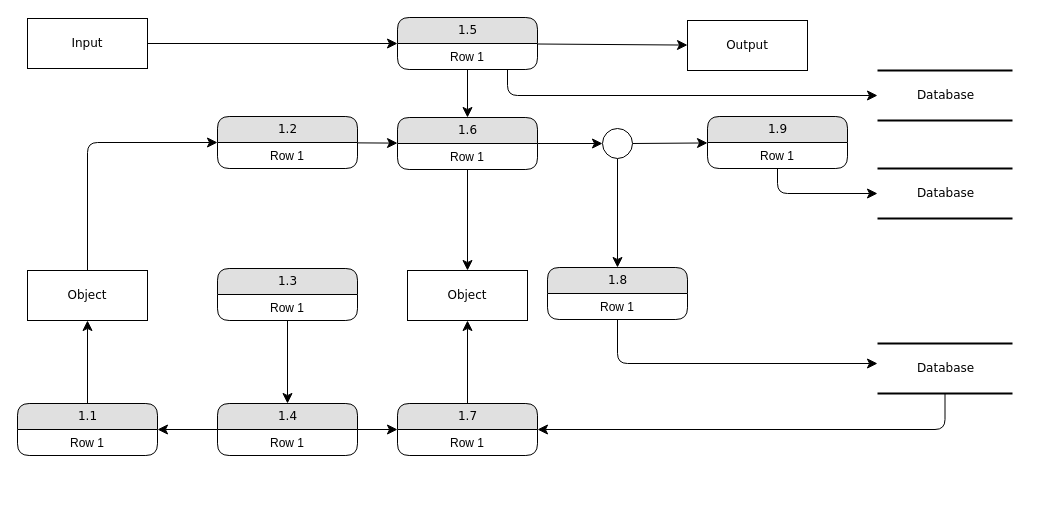
Earlier version of the draw.io diagram Untitled Diagram.drawio (Aruna1990/jgragh). Source tidied: cells renumbered, new cells numbered last; positions are measured from the earlier drawing's top-left corner, leaving out a move shared by most shapes. Both pictures are drawn from the tidied source at 100%, with x=0, y=0 at pixel (17, 17).
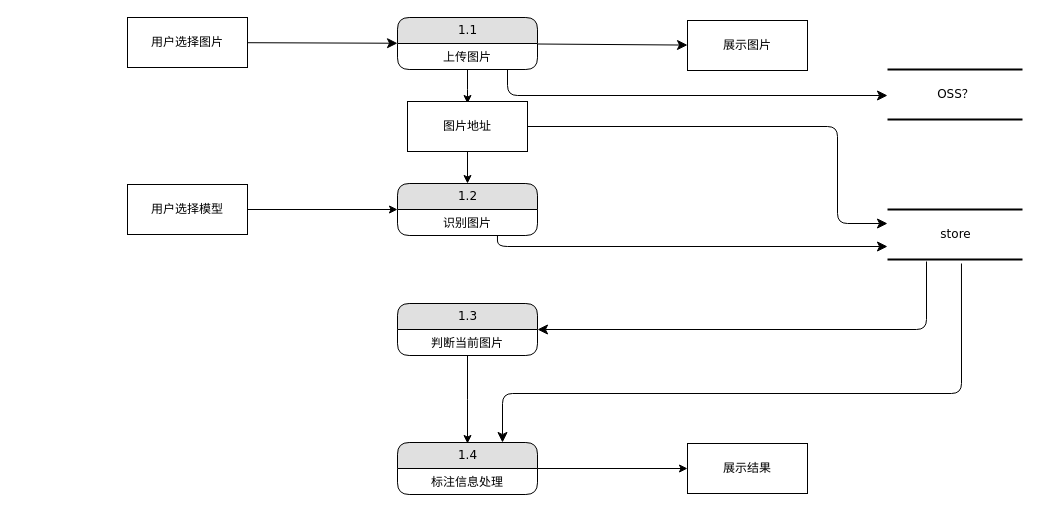
The same page after the edit.

Diff of the diagram source:
```diff
@@
-    <mxCell id="2" value="Database" style="html=1;rounded=0;shadow=0;comic=0;labelBackgroundColor=none;strokeWidth=2;fontFamily=Verdana;fontSize=12;align=center;shape=mxgraph.ios7ui.horLines;" parent="1" vertex="1">
-      <mxGeometry x="860" y="53" width="135" height="50" as="geometry" />
+    <mxCell id="2" value="OSS？" style="html=1;rounded=0;shadow=0;comic=0;labelBackgroundColor=none;strokeWidth=2;fontFamily=Verdana;fontSize=12;align=center;shape=mxgraph.ios7ui.horLines;" parent="1" vertex="1">
+      <mxGeometry x="870" y="52" width="135" height="50" as="geometry" />
     </mxCell>
-    <mxCell id="3" value="Database" style="html=1;rounded=0;shadow=0;comic=0;labelBackgroundColor=none;strokeWidth=2;fontFamily=Verdana;fontSize=12;align=center;shape=mxgraph.ios7ui.horLines;" parent="1" vertex="1">
-      <mxGeometry x="860" y="151" width="135" height="50" as="geometry" />
-    </mxCell>
-    <mxCell id="4" value="Output" style="whiteSpace=wrap;html=1;rounded=0;shadow=0;comic=0;labelBackgroundColor=none;strokeWidth=1;fontFamily=Verdana;fontSize=12;align=center;" parent="1" vertex="1">
+    <mxCell id="4" value="展示图片" style="whiteSpace=wrap;html=1;rounded=0;shadow=0;comic=0;labelBackgroundColor=none;strokeWidth=1;fontFamily=Verdana;fontSize=12;align=center;" parent="1" vertex="1">
       <mxGeometry x="670" y="3" width="120" height="50" as="geometry" />
     </mxCell>
@@
-    <mxCell id="6" value="Input" style="whiteSpace=wrap;html=1;rounded=0;shadow=0;comic=0;labelBackgroundColor=none;strokeWidth=1;fontFamily=Verdana;fontSize=12;align=center;" parent="1" vertex="1">
-      <mxGeometry x="10" y="1" width="120" height="50" as="geometry" />
+    <mxCell id="6" value="用户选择图片" style="whiteSpace=wrap;html=1;rounded=0;shadow=0;comic=0;labelBackgroundColor=none;strokeWidth=1;fontFamily=Verdana;fontSize=12;align=center;" parent="1" vertex="1">
+      <mxGeometry x="110" width="120" height="50" as="geometry" />
     </mxCell>
@@
-    <mxCell id="8" style="edgeStyle=none;html=1;labelBackgroundColor=none;startFill=0;startSize=8;endFill=1;endSize=8;fontFamily=Verdana;fontSize=12;" parent="1" edge="1" source="10" target="16">
-      <mxGeometry relative="1" as="geometry" />
-    </mxCell>
@@
+    <mxCell id="46" style="edgeStyle=orthogonalEdgeStyle;rounded=0;jettySize=auto;html=1;" parent="1" edge="1" source="10">
+      <mxGeometry relative="1" as="geometry">
+        <mxPoint x="450" y="86" as="targetPoint" />
+      </mxGeometry>
+    </mxCell>
-    <mxCell id="10" value="1.5" style="swimlane;html=1;fontStyle=0;horizontal=1;startSize=26;fillColor=#e0e0e0;swimlaneFillColor=#ffffff;align=center;rounded=1;shadow=0;comic=0;labelBackgroundColor=none;strokeWidth=1;fontFamily=Verdana;fontSize=12;" parent="1" vertex="1">
+    <mxCell id="10" value="1.1" style="swimlane;html=1;fontStyle=0;horizontal=1;startSize=26;fillColor=#e0e0e0;swimlaneFillColor=#ffffff;align=center;rounded=1;shadow=0;comic=0;labelBackgroundColor=none;strokeWidth=1;fontFamily=Verdana;fontSize=12;" parent="1" vertex="1">
       <mxGeometry x="380" width="140" height="52" as="geometry" />
     </mxCell>
-    <mxCell id="11" value="Row 1" style="text;html=1;strokeColor=none;fillColor=none;spacingLeft=4;spacingRight=4;whiteSpace=wrap;overflow=hidden;align=center;" parent="10" vertex="1">
+    <mxCell id="11" value="上传图片" style="text;html=1;strokeColor=none;fillColor=none;spacingLeft=4;spacingRight=4;whiteSpace=wrap;overflow=hidden;align=center;" parent="10" vertex="1">
       <mxGeometry y="26" width="140" height="26" as="geometry" />
     </mxCell>
-    <mxCell id="12" style="edgeStyle=orthogonalEdgeStyle;html=1;labelBackgroundColor=none;startFill=0;startSize=8;endFill=1;endSize=8;fontFamily=Verdana;fontSize=12;" parent="1" edge="1" source="13" target="38">
-      <mxGeometry relative="1" as="geometry">
-        <Array as="points">
-          <mxPoint x="928" y="412" />
-        </Array>
-      </mxGeometry>
-    </mxCell>
-    <mxCell id="13" value="Database" style="html=1;rounded=0;shadow=0;comic=0;labelBackgroundColor=none;strokeWidth=2;fontFamily=Verdana;fontSize=12;align=center;shape=mxgraph.ios7ui.horLines;" parent="1" vertex="1">
-      <mxGeometry x="860" y="326" width="135" height="50" as="geometry" />
+    <mxCell id="13" value="store" style="html=1;rounded=0;shadow=0;comic=0;labelBackgroundColor=none;strokeWidth=2;fontFamily=Verdana;fontSize=12;align=center;shape=mxgraph.ios7ui.horLines;" parent="1" vertex="1">
+      <mxGeometry x="870" y="192" width="135" height="50" as="geometry" />
     </mxCell>
-    <mxCell id="14" style="edgeStyle=none;html=1;labelBackgroundColor=none;startFill=0;startSize=8;endFill=1;endSize=8;fontFamily=Verdana;fontSize=12;" parent="1" edge="1" source="16" target="45">
-      <mxGeometry relative="1" as="geometry" />
-    </mxCell>
-    <mxCell id="15" style="edgeStyle=none;html=1;labelBackgroundColor=none;startFill=0;startSize=8;endFill=1;endSize=8;fontFamily=Verdana;fontSize=12;" parent="1" edge="1" source="16" target="42">
-      <mxGeometry relative="1" as="geometry" />
-    </mxCell>
-    <mxCell id="16" value="1.6" style="swimlane;html=1;fontStyle=0;horizontal=1;startSize=26;fillColor=#e0e0e0;swimlaneFillColor=#ffffff;align=center;rounded=1;shadow=0;comic=0;labelBackgroundColor=none;strokeWidth=1;fontFamily=Verdana;fontSize=12;" parent="1" vertex="1">
-      <mxGeometry x="380" y="100" width="140" height="52" as="geometry" />
+    <mxCell id="16" value="1.2" style="swimlane;html=1;fontStyle=0;horizontal=1;startSize=26;fillColor=#e0e0e0;swimlaneFillColor=#ffffff;align=center;rounded=1;shadow=0;comic=0;labelBackgroundColor=none;strokeWidth=1;fontFamily=Verdana;fontSize=12;" parent="1" vertex="1">
+      <mxGeometry x="380" y="166" width="140" height="52" as="geometry" />
     </mxCell>
-    <mxCell id="17" value="Row 1" style="text;html=1;strokeColor=none;fillColor=none;spacingLeft=4;spacingRight=4;whiteSpace=wrap;overflow=hidden;points=[[0,0.5],[1,0.5]];portConstraint=eastwest;align=center;" parent="16" vertex="1">
+    <mxCell id="17" value="识别图片" style="text;html=1;strokeColor=none;fillColor=none;spacingLeft=4;spacingRight=4;whiteSpace=wrap;overflow=hidden;points=[[0,0.5],[1,0.5]];portConstraint=eastwest;align=center;" parent="16" vertex="1">
       <mxGeometry y="26" width="140" height="26" as="geometry" />
     </mxCell>
-    <mxCell id="18" style="edgeStyle=none;html=1;labelBackgroundColor=none;startFill=0;startSize=8;endFill=1;endSize=8;fontFamily=Verdana;fontSize=12;" parent="1" edge="1" source="19" target="16">
-      <mxGeometry relative="1" as="geometry" />
-    </mxCell>
-    <mxCell id="19" value="1.2" style="swimlane;html=1;fontStyle=0;horizontal=1;startSize=26;fillColor=#e0e0e0;swimlaneFillColor=#ffffff;align=center;rounded=1;shadow=0;comic=0;labelBackgroundColor=none;strokeWidth=1;fontFamily=Verdana;fontSize=12;" parent="1" vertex="1">
-      <mxGeometry x="200" y="99" width="140" height="52" as="geometry" />
-    </mxCell>
-    <mxCell id="20" value="Row 1" style="text;html=1;strokeColor=none;fillColor=none;spacingLeft=4;spacingRight=4;whiteSpace=wrap;overflow=hidden;align=center;" parent="19" vertex="1">
-      <mxGeometry y="26" width="140" height="26" as="geometry" />
-    </mxCell>
-    <mxCell id="21" style="edgeStyle=orthogonalEdgeStyle;html=1;labelBackgroundColor=none;startFill=0;startSize=8;endFill=1;endSize=8;fontFamily=Verdana;fontSize=12;" parent="1" edge="1" source="22" target="3">
-      <mxGeometry relative="1" as="geometry">
-        <Array as="points">
-          <mxPoint x="760" y="176" />
-        </Array>
-      </mxGeometry>
-    </mxCell>
-    <mxCell id="22" value="1.9" style="swimlane;html=1;fontStyle=0;horizontal=1;startSize=26;fillColor=#e0e0e0;swimlaneFillColor=#ffffff;align=center;rounded=1;shadow=0;comic=0;labelBackgroundColor=none;strokeWidth=1;fontFamily=Verdana;fontSize=12;" parent="1" vertex="1">
-      <mxGeometry x="690" y="99" width="140" height="52" as="geometry" />
-    </mxCell>
-    <mxCell id="23" value="Row 1" style="text;html=1;strokeColor=none;fillColor=none;spacingLeft=4;spacingRight=4;whiteSpace=wrap;overflow=hidden;align=center;" parent="22" vertex="1">
-      <mxGeometry y="26" width="140" height="26" as="geometry" />
-    </mxCell>
-    <mxCell id="24" style="edgeStyle=none;html=1;labelBackgroundColor=none;startFill=0;startSize=8;endFill=1;endSize=8;fontFamily=Verdana;fontSize=12;" parent="1" edge="1" source="25" target="35">
-      <mxGeometry relative="1" as="geometry" />
-    </mxCell>
-    <mxCell id="25" value="1.3" style="swimlane;html=1;fontStyle=0;horizontal=1;startSize=26;fillColor=#e0e0e0;swimlaneFillColor=#ffffff;align=center;rounded=1;shadow=0;comic=0;labelBackgroundColor=none;strokeWidth=1;fontFamily=Verdana;fontSize=12;" parent="1" vertex="1">
-      <mxGeometry x="200" y="251" width="140" height="52" as="geometry" />
-    </mxCell>
-    <mxCell id="26" value="Row 1" style="text;html=1;strokeColor=none;fillColor=none;spacingLeft=4;spacingRight=4;whiteSpace=wrap;overflow=hidden;align=center;" parent="25" vertex="1">
-      <mxGeometry y="26" width="140" height="26" as="geometry" />
-    </mxCell>
-    <mxCell id="27" style="edgeStyle=orthogonalEdgeStyle;html=1;labelBackgroundColor=none;startFill=0;startSize=8;endFill=1;endSize=8;fontFamily=Verdana;fontSize=12;" parent="1" edge="1" source="28" target="13">
+    <mxCell id="27" style="edgeStyle=orthogonalEdgeStyle;html=1;labelBackgroundColor=none;startFill=0;startSize=8;endFill=1;endSize=8;fontFamily=Verdana;fontSize=12;exitX=0.714;exitY=1;exitDx=0;exitDy=0;entryX=0;entryY=0.74;entryDx=0;entryDy=0;entryPerimeter=0;exitPerimeter=0;" parent="1" edge="1" source="17" target="13">
       <mxGeometry relative="1" as="geometry">
         <Array as="points">
-          <mxPoint x="600" y="346" />
+          <mxPoint x="480" y="229" />
         </Array>
       </mxGeometry>
     </mxCell>
-    <mxCell id="28" value="1.8" style="swimlane;html=1;fontStyle=0;horizontal=1;startSize=26;fillColor=#e0e0e0;swimlaneFillColor=#ffffff;align=center;rounded=1;shadow=0;comic=0;labelBackgroundColor=none;strokeWidth=1;fontFamily=Verdana;fontSize=12;" parent="1" vertex="1">
-      <mxGeometry x="530" y="250" width="140" height="52" as="geometry" />
-    </mxCell>
-    <mxCell id="29" value="Row 1" style="text;html=1;strokeColor=none;fillColor=none;spacingLeft=4;spacingRight=4;whiteSpace=wrap;overflow=hidden;align=center;" parent="28" vertex="1">
-      <mxGeometry y="26" width="140" height="26" as="geometry" />
-    </mxCell>
-    <mxCell id="30" style="edgeStyle=none;html=1;labelBackgroundColor=none;startFill=0;startSize=8;endFill=1;endSize=8;fontFamily=Verdana;fontSize=12;" parent="1" edge="1" source="31" target="41">
-      <mxGeometry relative="1" as="geometry" />
-    </mxCell>
-    <mxCell id="31" value="1.1" style="swimlane;html=1;fontStyle=0;horizontal=1;startSize=26;fillColor=#e0e0e0;swimlaneFillColor=#ffffff;align=center;rounded=1;shadow=0;comic=0;labelBackgroundColor=none;strokeWidth=1;fontFamily=Verdana;fontSize=12;" parent="1" vertex="1">
-      <mxGeometry y="386" width="140" height="52" as="geometry" />
-    </mxCell>
-    <mxCell id="32" value="Row 1" style="text;html=1;strokeColor=none;fillColor=none;spacingLeft=4;spacingRight=4;whiteSpace=wrap;overflow=hidden;align=center;" parent="31" vertex="1">
-      <mxGeometry y="26" width="140" height="26" as="geometry" />
-    </mxCell>
-    <mxCell id="33" style="edgeStyle=none;html=1;labelBackgroundColor=none;startFill=0;startSize=8;endFill=1;endSize=8;fontFamily=Verdana;fontSize=12;" parent="1" edge="1" source="35" target="38">
-      <mxGeometry relative="1" as="geometry" />
-    </mxCell>
-    <mxCell id="34" style="edgeStyle=none;html=1;labelBackgroundColor=none;startFill=0;startSize=8;endFill=1;endSize=8;fontFamily=Verdana;fontSize=12;" parent="1" edge="1" source="35" target="31">
-      <mxGeometry relative="1" as="geometry" />
-    </mxCell>
-    <mxCell id="35" value="1.4" style="swimlane;html=1;fontStyle=0;horizontal=1;startSize=26;fillColor=#e0e0e0;swimlaneFillColor=#ffffff;align=center;rounded=1;shadow=0;comic=0;labelBackgroundColor=none;strokeWidth=1;fontFamily=Verdana;fontSize=12;" parent="1" vertex="1">
-      <mxGeometry x="200" y="386" width="140" height="52" as="geometry" />
-    </mxCell>
-    <mxCell id="36" value="Row 1" style="text;html=1;strokeColor=none;fillColor=none;spacingLeft=4;spacingRight=4;whiteSpace=wrap;overflow=hidden;align=center;" parent="35" vertex="1">
-      <mxGeometry y="26" width="140" height="26" as="geometry" />
-    </mxCell>
-    <mxCell id="37" style="edgeStyle=none;html=1;labelBackgroundColor=none;startFill=0;startSize=8;endFill=1;endSize=8;fontFamily=Verdana;fontSize=12;" parent="1" edge="1" source="38" target="42">
-      <mxGeometry relative="1" as="geometry" />
-    </mxCell>
+    <mxCell id="47" style="edgeStyle=orthogonalEdgeStyle;rounded=0;jettySize=auto;html=1;entryX=0;entryY=0.5;entryDx=0;entryDy=0;" parent="1" edge="1" source="38" target="51">
+      <mxGeometry relative="1" as="geometry" />
+    </mxCell>
-    <mxCell id="38" value="1.7" style="swimlane;html=1;fontStyle=0;horizontal=1;startSize=26;fillColor=#e0e0e0;swimlaneFillColor=#ffffff;align=center;rounded=1;shadow=0;comic=0;labelBackgroundColor=none;strokeWidth=1;fontFamily=Verdana;fontSize=12;" parent="1" vertex="1">
-      <mxGeometry x="380" y="386" width="140" height="52" as="geometry" />
+    <mxCell id="38" value="1.4" style="swimlane;html=1;fontStyle=0;horizontal=1;startSize=26;fillColor=#e0e0e0;swimlaneFillColor=#ffffff;align=center;rounded=1;shadow=0;comic=0;labelBackgroundColor=none;strokeWidth=1;fontFamily=Verdana;fontSize=12;" parent="1" vertex="1">
+      <mxGeometry x="380" y="425" width="140" height="52" as="geometry" />
     </mxCell>
-    <mxCell id="39" value="Row 1" style="text;html=1;strokeColor=none;fillColor=none;spacingLeft=4;spacingRight=4;whiteSpace=wrap;overflow=hidden;align=center;" parent="38" vertex="1">
+    <mxCell id="39" value="标注信息处理" style="text;html=1;strokeColor=none;fillColor=none;spacingLeft=4;spacingRight=4;whiteSpace=wrap;overflow=hidden;align=center;" parent="38" vertex="1">
       <mxGeometry y="26" width="140" height="26" as="geometry" />
     </mxCell>
-    <mxCell id="40" style="edgeStyle=orthogonalEdgeStyle;html=1;labelBackgroundColor=none;startFill=0;startSize=8;endFill=1;endSize=8;fontFamily=Verdana;fontSize=12;" parent="1" edge="1" source="41" target="19">
+    <mxCell id="40" style="edgeStyle=orthogonalEdgeStyle;html=1;labelBackgroundColor=none;startFill=0;startSize=8;endFill=1;endSize=8;fontFamily=Verdana;fontSize=12;entryX=0.75;entryY=0;entryDx=0;entryDy=0;exitX=0.548;exitY=1.08;exitDx=0;exitDy=0;exitPerimeter=0;" parent="1" edge="1" source="13" target="38">
       <mxGeometry relative="1" as="geometry">
         <Array as="points">
-          <mxPoint x="70" y="125" />
+          <mxPoint x="944" y="376" />
+          <mxPoint x="485" y="376" />
         </Array>
       </mxGeometry>
     </mxCell>
-    <mxCell id="41" value="Object" style="whiteSpace=wrap;html=1;rounded=0;shadow=0;comic=0;labelBackgroundColor=none;strokeWidth=1;fontFamily=Verdana;fontSize=12;align=center;" parent="1" vertex="1">
-      <mxGeometry x="10" y="253" width="120" height="50" as="geometry" />
-    </mxCell>
-    <mxCell id="42" value="Object" style="whiteSpace=wrap;html=1;rounded=0;shadow=0;comic=0;labelBackgroundColor=none;strokeWidth=1;fontFamily=Verdana;fontSize=12;align=center;" parent="1" vertex="1">
-      <mxGeometry x="390" y="253" width="120" height="50" as="geometry" />
-    </mxCell>
-    <mxCell id="43" style="edgeStyle=none;html=1;labelBackgroundColor=none;startFill=0;startSize=8;endFill=1;endSize=8;fontFamily=Verdana;fontSize=12;" parent="1" edge="1" source="45" target="28">
-      <mxGeometry relative="1" as="geometry" />
-    </mxCell>
-    <mxCell id="44" style="edgeStyle=none;html=1;labelBackgroundColor=none;startFill=0;startSize=8;endFill=1;endSize=8;fontFamily=Verdana;fontSize=12;" parent="1" edge="1" source="45" target="22">
-      <mxGeometry relative="1" as="geometry" />
-    </mxCell>
-    <mxCell id="45" style="ellipse;whiteSpace=wrap;html=1;rounded=1;shadow=0;comic=0;labelBackgroundColor=none;strokeWidth=1;fontFamily=Verdana;fontSize=12;align=center;" parent="1" vertex="1">
-      <mxGeometry x="585" y="111" width="30" height="30" as="geometry" />
-    </mxCell>
+    <mxCell id="48" style="edgeStyle=orthogonalEdgeStyle;rounded=0;jettySize=auto;html=1;entryX=0.5;entryY=0;entryDx=0;entryDy=0;" parent="1" edge="1" source="49" target="16">
+      <mxGeometry relative="1" as="geometry" />
+    </mxCell>
+    <mxCell id="49" value="图片地址" style="whiteSpace=wrap;html=1;rounded=0;shadow=0;comic=0;labelBackgroundColor=none;strokeWidth=1;fontFamily=Verdana;fontSize=12;align=center;" parent="1" vertex="1">
+      <mxGeometry x="390" y="84" width="120" height="50" as="geometry" />
+    </mxCell>
+    <mxCell id="50" style="edgeStyle=orthogonalEdgeStyle;html=1;labelBackgroundColor=none;startFill=0;startSize=8;endFill=1;endSize=8;fontFamily=Verdana;fontSize=12;exitX=1;exitY=0.5;exitDx=0;exitDy=0;" parent="1" edge="1" source="49">
+      <mxGeometry relative="1" as="geometry">
+        <mxPoint x="870" y="206" as="targetPoint" />
+        <Array as="points">
+          <mxPoint x="820" y="109" />
+          <mxPoint x="820" y="206" />
+          <mxPoint x="870" y="206" />
+        </Array>
+      </mxGeometry>
+    </mxCell>
+    <mxCell id="51" value="展示结果" style="whiteSpace=wrap;html=1;rounded=0;shadow=0;comic=0;labelBackgroundColor=none;strokeWidth=1;fontFamily=Verdana;fontSize=12;align=center;" parent="1" vertex="1">
+      <mxGeometry x="670" y="426" width="120" height="50" as="geometry" />
+    </mxCell>
+    <mxCell id="52" style="edgeStyle=orthogonalEdgeStyle;rounded=0;jettySize=auto;html=1;entryX=0;entryY=0.5;entryDx=0;entryDy=0;" parent="1" edge="1" source="53" target="16">
+      <mxGeometry relative="1" as="geometry" />
+    </mxCell>
+    <mxCell id="53" value="用户选择模型" style="whiteSpace=wrap;html=1;rounded=0;shadow=0;comic=0;labelBackgroundColor=none;strokeWidth=1;fontFamily=Verdana;fontSize=12;align=center;" parent="1" vertex="1">
+      <mxGeometry x="110" y="167" width="120" height="50" as="geometry" />
+    </mxCell>
+    <mxCell id="54" style="edgeStyle=orthogonalEdgeStyle;rounded=0;jettySize=auto;html=1;" parent="1" edge="1" source="25">
+      <mxGeometry relative="1" as="geometry">
+        <mxPoint x="450" y="426" as="targetPoint" />
+      </mxGeometry>
+    </mxCell>
+    <mxCell id="25" value="1.3" style="swimlane;html=1;fontStyle=0;horizontal=1;startSize=26;fillColor=#e0e0e0;swimlaneFillColor=#ffffff;align=center;rounded=1;shadow=0;comic=0;labelBackgroundColor=none;strokeWidth=1;fontFamily=Verdana;fontSize=12;" parent="1" vertex="1">
+      <mxGeometry x="380" y="286" width="140" height="52" as="geometry" />
+    </mxCell>
+    <mxCell id="55" value="判断当前图片" style="text;html=1;strokeColor=none;fillColor=none;spacingLeft=4;spacingRight=4;whiteSpace=wrap;overflow=hidden;align=center;" parent="25" vertex="1">
+      <mxGeometry y="26" width="140" height="26" as="geometry" />
+    </mxCell>
+    <mxCell id="56" style="edgeStyle=orthogonalEdgeStyle;html=1;labelBackgroundColor=none;startFill=0;startSize=8;endFill=1;endSize=8;fontFamily=Verdana;fontSize=12;entryX=1;entryY=0.5;entryDx=0;entryDy=0;exitX=0.289;exitY=1.04;exitDx=0;exitDy=0;exitPerimeter=0;" parent="1" edge="1" source="13" target="25">
+      <mxGeometry relative="1" as="geometry">
+        <Array as="points">
+          <mxPoint x="909" y="312" />
+        </Array>
+      </mxGeometry>
+    </mxCell>
```
